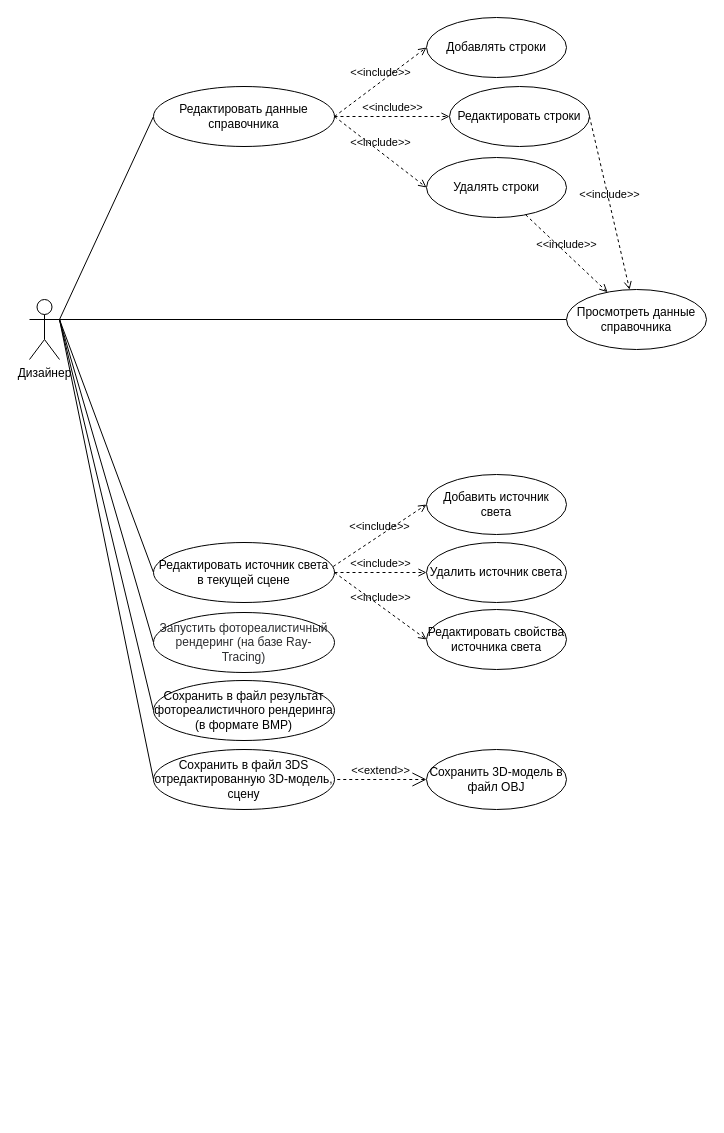
This is page "Use case" (1 of 2) of module_3/UCD.drawio from SheinEA/gb_architect, a draw.io file, before an edit. Source tidied: cells renumbered, new cells numbered last; positions are measured from the earlier drawing's top-left corner, leaving out a move shared by most shapes. Both pictures are drawn from the tidied source at 100%, with x=0, y=0 at pixel (29, 17).
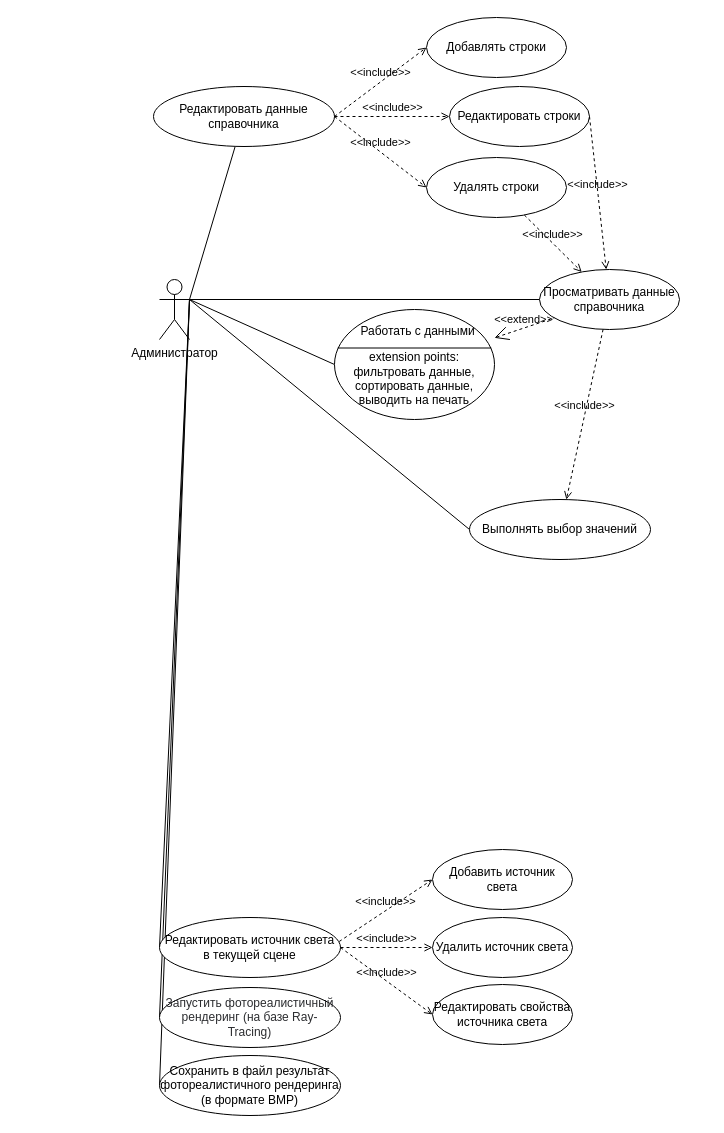
Above is the later version.

The change refers to these unchanged cells:
```xml
<mxCell id="10" value="Редактировать данные справочника" style="ellipse;whiteSpace=wrap;html=1;" parent="1" vertex="1">
  <mxGeometry x="124" y="69" width="181" height="60" as="geometry" />
</mxCell>
```

Change to the diagram source:
```diff
@@
-    <mxCell id="2" style="edgeStyle=none;rounded=0;jettySize=auto;html=1;exitX=1;exitY=0.3333333333333333;exitDx=0;exitDy=0;exitPerimeter=0;entryX=0;entryY=0.5;entryDx=0;entryDy=0;endArrow=none;endFill=0;" parent="1" edge="1" source="8" target="10">
+    <mxCell id="2" style="edgeStyle=none;rounded=0;jettySize=auto;html=1;exitX=1;exitY=0.3333333333333333;exitDx=0;exitDy=0;exitPerimeter=0;endArrow=none;endFill=0;" parent="1" edge="1" source="8" target="10">
       <mxGeometry relative="1" as="geometry" />
     </mxCell>
@@
+    <mxCell id="31" style="edgeStyle=none;rounded=0;jettySize=auto;html=1;exitX=1;exitY=0.3333333333333333;exitDx=0;exitDy=0;exitPerimeter=0;entryX=0;entryY=0.5;entryDx=0;entryDy=0;entryPerimeter=0;endArrow=none;endFill=0;" parent="1" edge="1" source="8" target="32">
+      <mxGeometry relative="1" as="geometry" />
+    </mxCell>
-    <mxCell id="8" value="Дизайнер" style="shape=umlActor;verticalLabelPosition=bottom;verticalAlign=top;html=1;" parent="1" vertex="1">
-      <mxGeometry y="282" width="30" height="60" as="geometry" />
+    <mxCell id="8" value="Администратор" style="shape=umlActor;verticalLabelPosition=bottom;verticalAlign=top;html=1;" parent="1" vertex="1">
+      <mxGeometry x="130" y="262" width="30" height="60" as="geometry" />
     </mxCell>
-    <mxCell id="9" value="Просмотреть данные справочника" style="ellipse;whiteSpace=wrap;html=1;" parent="1" vertex="1">
-      <mxGeometry x="537" y="272" width="140" height="60" as="geometry" />
+    <mxCell id="9" value="Просматривать данные справочника" style="ellipse;whiteSpace=wrap;html=1;" parent="1" vertex="1">
+      <mxGeometry x="510" y="252" width="140" height="60" as="geometry" />
     </mxCell>
@@
-    <mxCell id="11" value="Сохранить в файл 3DS отредактированную 3D-модель, сцену" style="ellipse;whiteSpace=wrap;html=1;" parent="1" vertex="1">
-      <mxGeometry x="124" y="732" width="181" height="60" as="geometry" />
+    <mxCell id="11" value="Выполнять выбор значений" style="ellipse;whiteSpace=wrap;html=1;" parent="1" vertex="1">
+      <mxGeometry x="440" y="482" width="181" height="60" as="geometry" />
     </mxCell>
     <mxCell id="12" value="Сохранить в файл результат фотореалистичного рендеринга (в формате BMP)" style="ellipse;whiteSpace=wrap;html=1;" parent="1" vertex="1">
-      <mxGeometry x="124" y="663" width="181" height="60" as="geometry" />
+      <mxGeometry x="130" y="1038" width="181" height="60" as="geometry" />
     </mxCell>
     <mxCell id="13" value="Редактировать источник света в текущей сцене" style="ellipse;whiteSpace=wrap;html=1;" parent="1" vertex="1">
-      <mxGeometry x="124" y="525" width="181" height="60" as="geometry" />
+      <mxGeometry x="130" y="900" width="181" height="60" as="geometry" />
     </mxCell>
     <mxCell id="14" value="&lt;span id=&quot;docs-internal-guid-07935baf-7fff-c7c5-6f66-7052401fd73c&quot;&gt;&lt;span style=&quot;font-family: &amp;#34;arial&amp;#34; ; color: rgb(44 , 45 , 48) ; background-color: transparent ; vertical-align: baseline&quot;&gt;&lt;font style=&quot;font-size: 12px&quot;&gt;Запустить фотореалистичный рендеринг (на базе Ray-Tracing)&lt;/font&gt;&lt;/span&gt;&lt;/span&gt;" style="ellipse;whiteSpace=wrap;html=1;" parent="1" vertex="1">
-      <mxGeometry x="124" y="595" width="181" height="60" as="geometry" />
+      <mxGeometry x="130" y="970" width="181" height="60" as="geometry" />
     </mxCell>
     <mxCell id="15" value="Добавить источник света" style="ellipse;whiteSpace=wrap;html=1;" parent="1" vertex="1">
-      <mxGeometry x="397" y="457" width="140" height="60" as="geometry" />
+      <mxGeometry x="403" y="832" width="140" height="60" as="geometry" />
     </mxCell>
     <mxCell id="16" value="Удалить источник света" style="ellipse;whiteSpace=wrap;html=1;" parent="1" vertex="1">
-      <mxGeometry x="397" y="525" width="140" height="60" as="geometry" />
+      <mxGeometry x="403" y="900" width="140" height="60" as="geometry" />
     </mxCell>
     <mxCell id="17" value="Редактировать свойства источника света" style="ellipse;whiteSpace=wrap;html=1;" parent="1" vertex="1">
-      <mxGeometry x="397" y="592" width="140" height="60" as="geometry" />
+      <mxGeometry x="403" y="967" width="140" height="60" as="geometry" />
     </mxCell>
@@
-    <mxCell id="21" value="Сохранить 3D-модель в файл OBJ" style="ellipse;whiteSpace=wrap;html=1;" parent="1" vertex="1">
-      <mxGeometry x="397" y="732" width="140" height="60" as="geometry" />
-    </mxCell>
-    <mxCell id="22" value="&amp;lt;&amp;lt;extend&amp;gt;&amp;gt;" style="edgeStyle=none;html=1;startArrow=open;endArrow=none;startSize=12;verticalAlign=bottom;dashed=1;labelBackgroundColor=none;entryX=1;entryY=0.5;entryDx=0;entryDy=0;exitX=0;exitY=0.5;exitDx=0;exitDy=0;" parent="1" edge="1" source="21" target="11">
-      <mxGeometry relative="1" as="geometry" />
-    </mxCell>
@@
+    <mxCell id="32" value="&lt;br&gt;&lt;br&gt;extension points:&lt;br&gt;фильтровать данные, сортировать данные,&lt;br&gt;выводить на печать" style="html=1;shape=mxgraph.sysml.useCaseExtPt;whiteSpace=wrap;align=center;" parent="1" vertex="1">
+      <mxGeometry x="305" y="292" width="160" height="110" as="geometry" />
+    </mxCell>
+    <mxCell id="33" value="&lt;span style=&quot;font-weight: 400&quot;&gt;Работать с данными&lt;/span&gt;" style="html=1;verticalAlign=middle;align=center;labelBackgroundColor=none;fontStyle=1;" parent="32" vertex="1">
+      <mxGeometry x="80" y="23.4" as="geometry">
+        <mxPoint x="2" y="-2" as="offset" />
+      </mxGeometry>
+    </mxCell>
+    <mxCell id="22" value="&amp;lt;&amp;lt;extend&amp;gt;&amp;gt;" style="edgeStyle=none;html=1;startArrow=open;endArrow=none;startSize=12;verticalAlign=bottom;dashed=1;labelBackgroundColor=none;" parent="1" edge="1" source="32" target="9">
+      <mxGeometry relative="1" as="geometry" />
+    </mxCell>
+    <mxCell id="34" value="&amp;lt;&amp;lt;include&amp;gt;&amp;gt;" style="edgeStyle=none;html=1;endArrow=open;verticalAlign=bottom;dashed=1;labelBackgroundColor=none;" parent="1" edge="1" source="9" target="11">
+      <mxGeometry relative="1" as="geometry" />
+    </mxCell>
```
